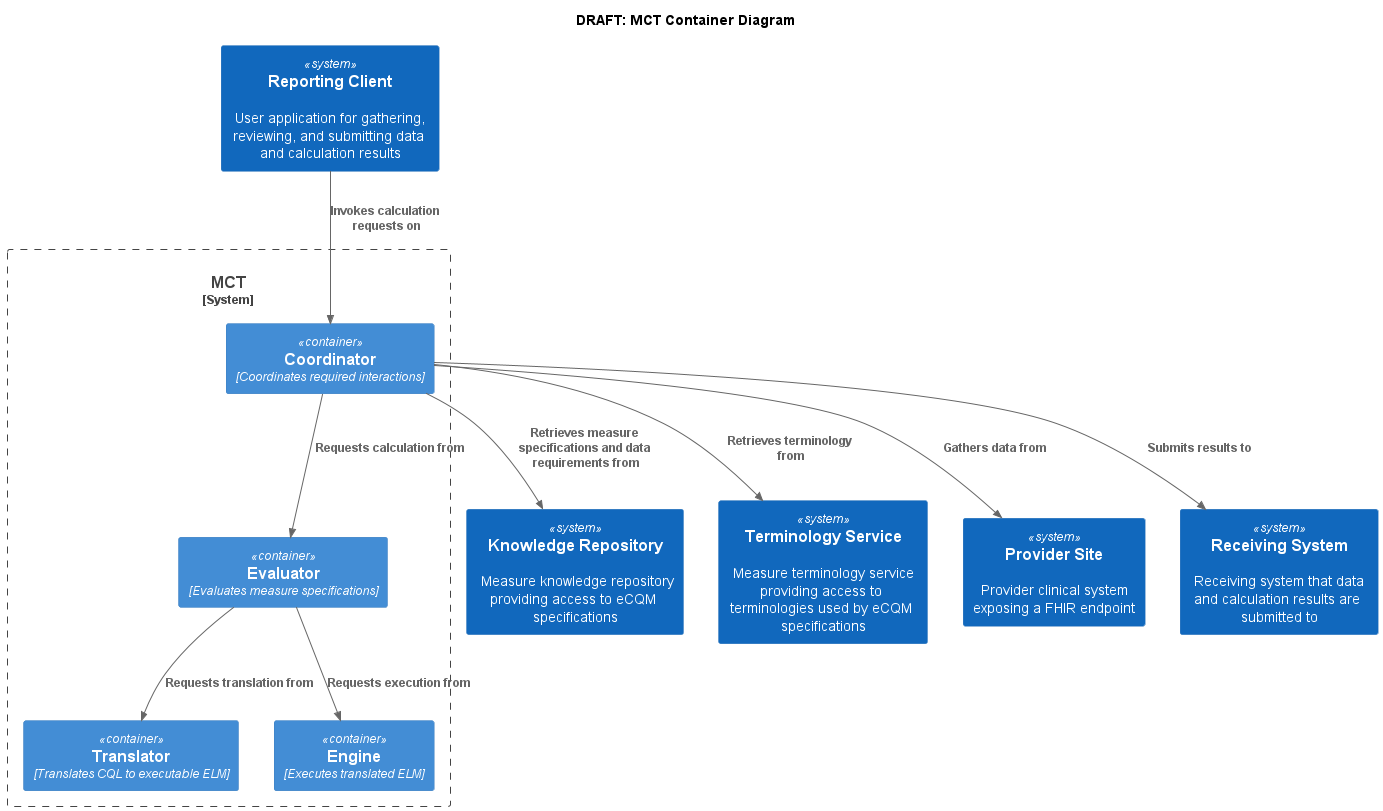
The PlantUML diagram input/images/container-mct.png in cqframework/mct-ig, before a commit. The source it was exported from:
```plantuml
@startuml "container-epic"
!includeurl https://raw.githubusercontent.com/RicardoNiepel/C4-PlantUML/master/C4_Component.puml

skinparam backgroundColor #FFFFFF

title DRAFT: MCT Container Diagram

System(rc, "Reporting Client", "User application for gathering, reviewing, and submitting data and calculation results")
System(kr, "Knowledge Repository", "Measure knowledge repository providing access to eCQM specifications")
System(ts, "Terminology Service", "Measure terminology service providing access to terminologies used by eCQM specifications")
System(provider, "Provider Site", "Provider clinical system exposing a FHIR endpoint")
System(rs, "Receiving System", "Receiving system that data and calculation results are submitted to")

System_Boundary(mct, "MCT") {
    Container(coord, "Coordinator", "Coordinates required interactions")
    Container(evaluator, "Evaluator", "Evaluates measure specifications")
    Container(translator, "Translator", "Translates CQL to executable ELM")
    Container(engine, "Engine", "Executes translated ELM")
    Rel(rc, coord, "Invokes calculation requests on")
    Rel(coord, kr, "Retrieves measure specifications and data requirements from")
    Rel(coord, ts, "Retrieves terminology from")
    Rel(coord, provider, "Gathers data from")
    Rel(coord, evaluator, "Requests calculation from")
    Rel(coord, rs, "Submits results to")
    Rel(evaluator, translator, "Requests translation from")
    Rel(evaluator, engine, "Requests execution from")
}

@enduml
```
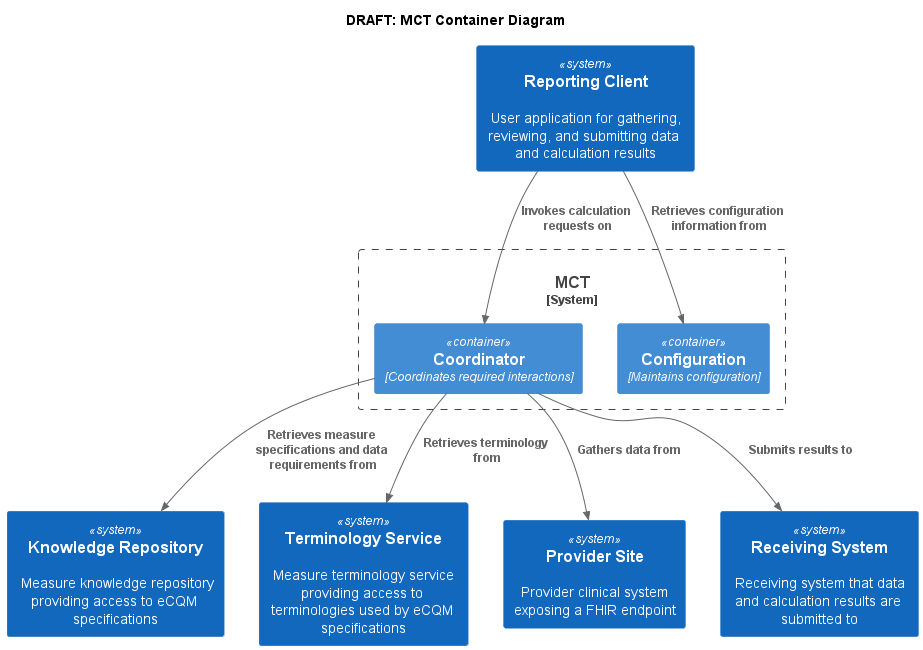
The same file after the commit.

Diff of the diagram source:
```diff
@@ -1,4 +1,4 @@
-@startuml "container-epic"
+@startuml "container-mct"
 !includeurl https://raw.githubusercontent.com/RicardoNiepel/C4-PlantUML/master/C4_Component.puml
 
 skinparam backgroundColor #FFFFFF
@@ -13,17 +13,13 @@
 
 System_Boundary(mct, "MCT") {
     Container(coord, "Coordinator", "Coordinates required interactions")
-    Container(evaluator, "Evaluator", "Evaluates measure specifications")
-    Container(translator, "Translator", "Translates CQL to executable ELM")
-    Container(engine, "Engine", "Executes translated ELM")
+    Container(config, "Configuration", "Maintains configuration")
+    Rel(rc, config, "Retrieves configuration information from")
     Rel(rc, coord, "Invokes calculation requests on")
     Rel(coord, kr, "Retrieves measure specifications and data requirements from")
     Rel(coord, ts, "Retrieves terminology from")
     Rel(coord, provider, "Gathers data from")
-    Rel(coord, evaluator, "Requests calculation from")
     Rel(coord, rs, "Submits results to")
-    Rel(evaluator, translator, "Requests translation from")
-    Rel(evaluator, engine, "Requests execution from")
 }
 
 @enduml
```
